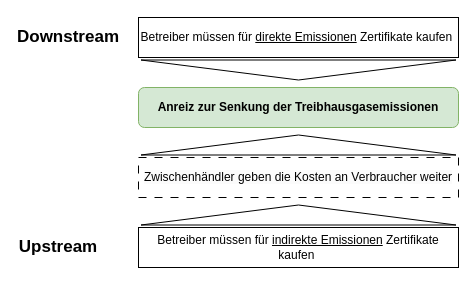
The draw.io diagram Bilder/Drawio/up_and_downstream_ets.drawio in alex-meinecke/Seminararbeit_VWL2, before the edit. Source tidied: cells renumbered, new cells numbered last; positions are measured from the earlier drawing's top-left corner, leaving out a move shared by most shapes. Both pictures are drawn from the tidied source at 100%, with x=0, y=0 at pixel (28, -88).
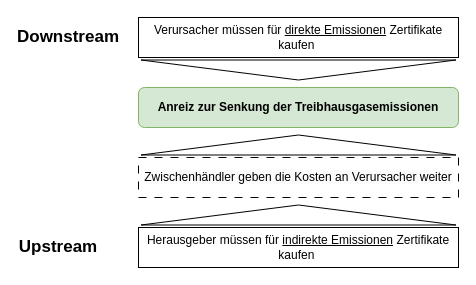
After the change.

The edit, as a diff of the source:
```diff
@@
 <mxGraphModel>
   <root>
     <mxCell id="0" />
     <mxCell id="1" parent="0" />
-    <mxCell id="2" value="Betreiber müssen für &lt;u&gt;direkte Emissionen&lt;/u&gt; Zertifikate kaufen&amp;nbsp;" style="rounded=0;whiteSpace=wrap;html=1;align=center;" parent="1" vertex="1">
+    <mxCell id="2" value="Verursacher müssen für &lt;u&gt;direkte Emissionen&lt;/u&gt; Zertifikate kaufen&amp;nbsp;" style="rounded=0;whiteSpace=wrap;html=1;align=center;" parent="1" vertex="1">
       <mxGeometry x="110" y="105" width="320" height="40" as="geometry" />
     </mxCell>
     <mxCell id="3" value="&lt;b&gt;Anreiz zur Senkung der Treibhausgasemissionen&lt;/b&gt;" style="rounded=1;whiteSpace=wrap;html=1;fillColor=#d5e8d4;strokeColor=#82b366;" parent="1" vertex="1">
       <mxGeometry x="110" y="175" width="320" height="40" as="geometry" />
     </mxCell>
-    <mxCell id="4" value="&lt;span style=&quot;color: rgb(0, 0, 0); font-family: Helvetica; font-size: 12px; font-style: normal; font-variant-ligatures: normal; font-variant-caps: normal; font-weight: 400; letter-spacing: normal; orphans: 2; text-align: center; text-indent: 0px; text-transform: none; widows: 2; word-spacing: 0px; -webkit-text-stroke-width: 0px; background-color: rgb(251, 251, 251); text-decoration-thickness: initial; text-decoration-style: initial; text-decoration-color: initial; float: none; display: inline !important;&quot;&gt;Zwischenhändler geben die Kosten an Verbraucher weiter&lt;/span&gt;" style="rounded=0;whiteSpace=wrap;html=1;dashed=1;dashPattern=8 8;" parent="1" vertex="1">
+    <mxCell id="4" value="&lt;span style=&quot;color: rgb(0, 0, 0); font-family: Helvetica; font-size: 12px; font-style: normal; font-variant-ligatures: normal; font-variant-caps: normal; font-weight: 400; letter-spacing: normal; orphans: 2; text-align: center; text-indent: 0px; text-transform: none; widows: 2; word-spacing: 0px; -webkit-text-stroke-width: 0px; background-color: rgb(251, 251, 251); text-decoration-thickness: initial; text-decoration-style: initial; text-decoration-color: initial; float: none; display: inline !important;&quot;&gt;Zwischenhändler geben die Kosten an Verursacher weiter&lt;/span&gt;" style="rounded=0;whiteSpace=wrap;html=1;dashed=1;dashPattern=8 8;" parent="1" vertex="1">
       <mxGeometry x="110" y="245" width="320" height="40" as="geometry" />
     </mxCell>
     <mxCell id="5" style="triangle;whiteSpace=wrap;html=1;rotation=90;" parent="1" vertex="1">
       <mxGeometry x="260" width="20" height="315" as="geometry" />
     </mxCell>
     <mxCell id="6" style="triangle;whiteSpace=wrap;html=1;rotation=-90;" parent="1" vertex="1">
       <mxGeometry x="260" y="75" width="20" height="315" as="geometry" />
     </mxCell>
     <mxCell id="7" style="triangle;whiteSpace=wrap;html=1;rotation=-90;" parent="1" vertex="1">
       <mxGeometry x="260" y="145" width="20" height="315" as="geometry" />
     </mxCell>
     <mxCell id="8" value="&lt;b&gt;&lt;font style=&quot;font-size: 17px;&quot;&gt;Downstream&lt;/font&gt;&lt;/b&gt;" style="text;html=1;strokeColor=none;fillColor=none;align=center;verticalAlign=middle;whiteSpace=wrap;rounded=0;" parent="1" vertex="1">
       <mxGeometry x="10" y="110" width="60" height="30" as="geometry" />
     </mxCell>
     <mxCell id="9" value="&lt;b&gt;&lt;font style=&quot;font-size: 17px;&quot;&gt;Upstream&lt;br&gt;&lt;/font&gt;&lt;/b&gt;" style="text;html=1;strokeColor=none;fillColor=none;align=center;verticalAlign=middle;whiteSpace=wrap;rounded=0;" parent="1" vertex="1">
       <mxGeometry y="320" width="60" height="30" as="geometry" />
     </mxCell>
-    <mxCell id="10" value="Betreiber müssen für &lt;u&gt;indirekte Emissionen&lt;/u&gt; Zertifikate kaufen&amp;nbsp;" style="rounded=0;whiteSpace=wrap;html=1;align=center;" parent="1" vertex="1">
+    <mxCell id="10" value="Herausgeber müssen für &lt;u&gt;indirekte Emissionen&lt;/u&gt; Zertifikate kaufen&amp;nbsp;" style="rounded=0;whiteSpace=wrap;html=1;align=center;" parent="1" vertex="1">
       <mxGeometry x="110" y="315" width="320" height="40" as="geometry" />
     </mxCell>
   </root>
 </mxGraphModel>
```
